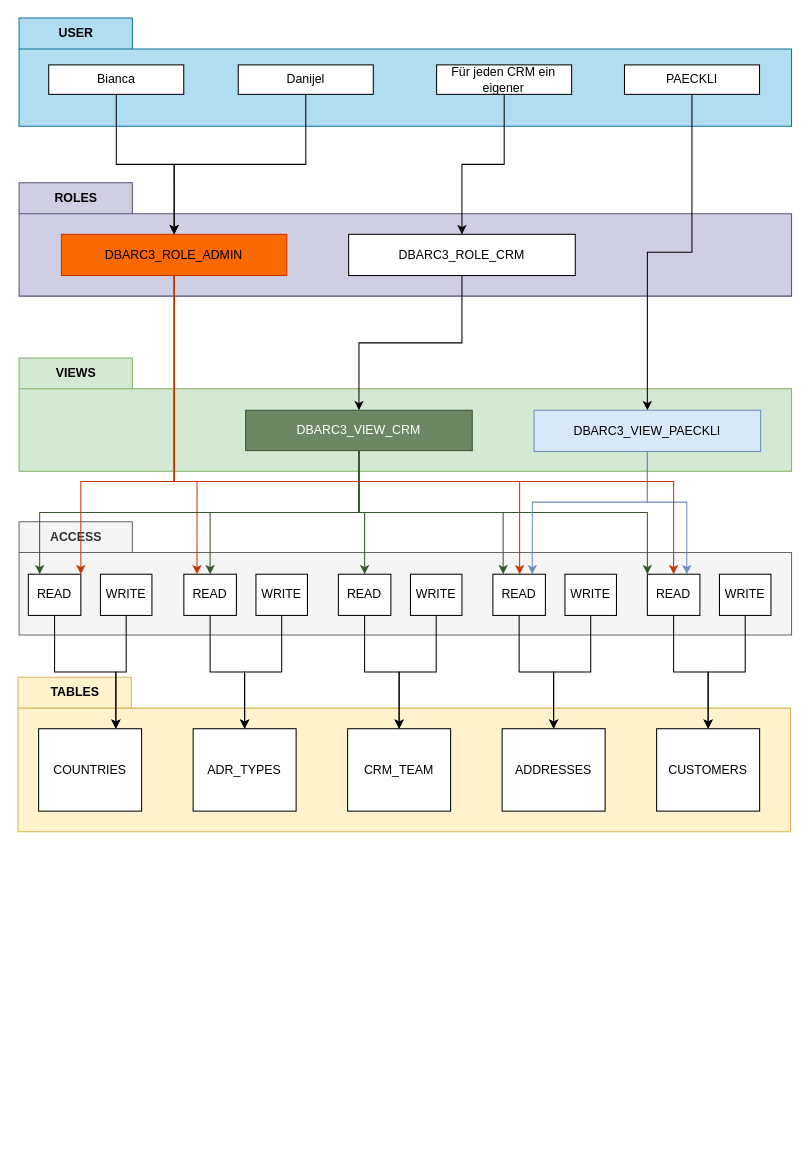
Earlier version of the draw.io diagram woche4/lab4.drawio (BibiChr/FHNW_dbarc). Source tidied: cells renumbered, new cells numbered last; positions are measured from the earlier drawing's top-left corner, leaving out a move shared by most shapes. Both pictures are drawn from the tidied source at 103%, with x=0, y=0 at pixel (18, 18).
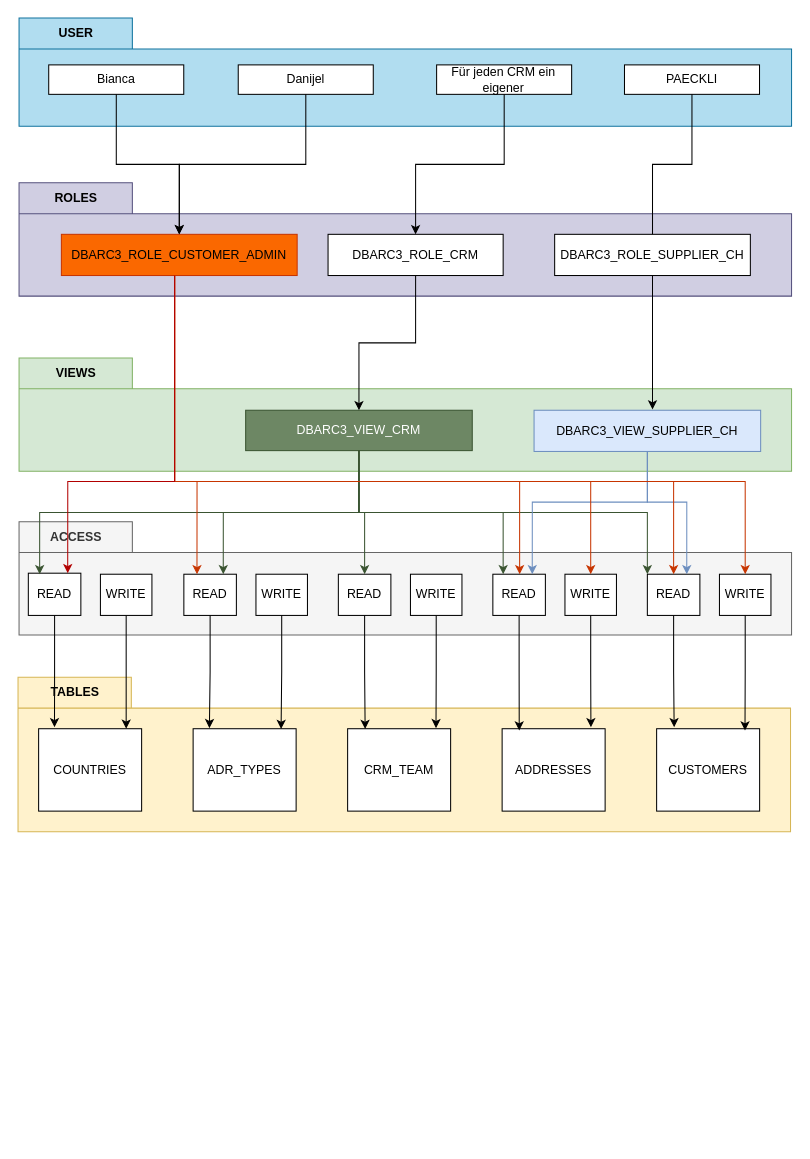
After the change.

Unchanged cells that the change refers to:
```xml
<mxCell id="7" value="PAECKLI" style="rounded=0;whiteSpace=wrap;html=1;" parent="2" vertex="1">
  <mxGeometry x="587.8" y="45.5" width="131.1" height="28.6" as="geometry" />
</mxCell>
<mxCell id="8" value="VIEWS" style="shape=folder;fontStyle=1;tabWidth=110;tabHeight=30;tabPosition=left;html=1;boundedLbl=1;labelInHeader=1;fillColor=#d5e8d4;strokeColor=#82b366;" parent="1" vertex="1">
  <mxGeometry x="1" y="330" width="750" height="110" as="geometry" />
</mxCell>
<mxCell id="11" value="DBARC3_VIEW_CRM" style="rounded=0;whiteSpace=wrap;html=1;fillColor=#6d8764;fontColor=#ffffff;strokeColor=#3A5431;" parent="8" vertex="1">
  <mxGeometry x="220" y="50.8" width="220" height="39.2" as="geometry" />
</mxCell>
<mxCell id="12" value="ROLES" style="shape=folder;fontStyle=1;tabWidth=110;tabHeight=30;tabPosition=left;html=1;boundedLbl=1;labelInHeader=1;fillColor=#d0cee2;strokeColor=#56517e;" parent="1" vertex="1">
  <mxGeometry x="1" y="160" width="750" height="110" as="geometry" />
</mxCell>
<mxCell id="18" value="ADDRESSES" style="rounded=0;whiteSpace=wrap;html=1;" parent="16" vertex="1">
  <mxGeometry x="470" y="50" width="100" height="80" as="geometry" />
</mxCell>
<mxCell id="19" value="CUSTOMERS" style="rounded=0;whiteSpace=wrap;html=1;" parent="16" vertex="1">
  <mxGeometry x="620" y="50" width="100" height="80" as="geometry" />
</mxCell>
<mxCell id="20" value="ADR_TYPES" style="rounded=0;whiteSpace=wrap;html=1;" parent="16" vertex="1">
  <mxGeometry x="170" y="50" width="100" height="80" as="geometry" />
</mxCell>
<mxCell id="21" value="COUNTRIES" style="rounded=0;whiteSpace=wrap;html=1;" parent="16" vertex="1">
  <mxGeometry x="20" y="50" width="100" height="80" as="geometry" />
</mxCell>
<mxCell id="22" value="CRM_TEAM" style="rounded=0;whiteSpace=wrap;html=1;" parent="16" vertex="1">
  <mxGeometry x="320" y="50" width="100" height="80" as="geometry" />
</mxCell>
<mxCell id="23" value="ACCESS" style="shape=folder;fontStyle=1;tabWidth=110;tabHeight=30;tabPosition=left;html=1;boundedLbl=1;labelInHeader=1;fillColor=#f5f5f5;strokeColor=#666666;fontColor=#333333;" parent="1" vertex="1">
  <mxGeometry x="1" y="489" width="750" height="110" as="geometry" />
</mxCell>
<mxCell id="26" value="WRITE" style="rounded=0;whiteSpace=wrap;html=1;" parent="23" vertex="1">
  <mxGeometry x="79" y="51" width="50" height="40" as="geometry" />
</mxCell>
<mxCell id="27" value="READ" style="rounded=0;whiteSpace=wrap;html=1;" parent="23" vertex="1">
  <mxGeometry x="160" y="51" width="51" height="40" as="geometry" />
</mxCell>
<mxCell id="28" value="WRITE" style="rounded=0;whiteSpace=wrap;html=1;" parent="23" vertex="1">
  <mxGeometry x="230" y="51" width="50" height="40" as="geometry" />
</mxCell>
<mxCell id="29" value="READ" style="rounded=0;whiteSpace=wrap;html=1;" parent="23" vertex="1">
  <mxGeometry x="310" y="51" width="51" height="40" as="geometry" />
</mxCell>
<mxCell id="30" value="WRITE" style="rounded=0;whiteSpace=wrap;html=1;" parent="23" vertex="1">
  <mxGeometry x="380" y="51" width="50" height="40" as="geometry" />
</mxCell>
<mxCell id="31" value="READ" style="rounded=0;whiteSpace=wrap;html=1;" parent="23" vertex="1">
  <mxGeometry x="460" y="51" width="51" height="40" as="geometry" />
</mxCell>
<mxCell id="32" value="WRITE" style="rounded=0;whiteSpace=wrap;html=1;" parent="23" vertex="1">
  <mxGeometry x="530" y="51" width="50" height="40" as="geometry" />
</mxCell>
<mxCell id="33" value="READ" style="rounded=0;whiteSpace=wrap;html=1;" parent="23" vertex="1">
  <mxGeometry x="610" y="51" width="51" height="40" as="geometry" />
</mxCell>
<mxCell id="34" value="WRITE" style="rounded=0;whiteSpace=wrap;html=1;" parent="23" vertex="1">
  <mxGeometry x="680" y="51" width="50" height="40" as="geometry" />
</mxCell>
```

The edit, as a diff of the source:
```diff
@@
-    <mxCell id="10" value="DBARC3_VIEW_PAECKLI" style="rounded=0;whiteSpace=wrap;html=1;fillColor=#dae8fc;strokeColor=#6c8ebf;" parent="8" vertex="1">
+    <mxCell id="10" value="DBARC3_VIEW_SUPPLIER_CH" style="rounded=0;whiteSpace=wrap;html=1;fillColor=#dae8fc;strokeColor=#6c8ebf;" parent="8" vertex="1">
       <mxGeometry x="500" y="50.8" width="220" height="40" as="geometry" />
     </mxCell>
@@
     <mxCell id="14" value="DBARC3_ROLE_CRM" style="rounded=0;whiteSpace=wrap;html=1;" parent="12" vertex="1">
-      <mxGeometry x="320" y="50" width="220" height="40" as="geometry" />
+      <mxGeometry x="300" y="50" width="170" height="40" as="geometry" />
     </mxCell>
-    <mxCell id="15" value="DBARC3_ROLE_ADMIN" style="rounded=0;whiteSpace=wrap;html=1;fillColor=#fa6800;fontColor=#000000;strokeColor=#C73500;" parent="12" vertex="1">
-      <mxGeometry x="41.1" y="50" width="218.9" height="40" as="geometry" />
+    <mxCell id="15" value="DBARC3_ROLE_CUSTOMER_ADMIN" style="rounded=0;whiteSpace=wrap;html=1;fillColor=#fa6800;fontColor=#000000;strokeColor=#C73500;" parent="12" vertex="1">
+      <mxGeometry x="41.1" y="50" width="228.9" height="40" as="geometry" />
     </mxCell>
+    <mxCell id="61" value="DBARC3_ROLE_SUPPLIER_CH" style="rounded=0;whiteSpace=wrap;html=1;" parent="12" vertex="1">
+      <mxGeometry x="520" y="50" width="190" height="40" as="geometry" />
+    </mxCell>
@@
     <mxCell id="25" value="READ" style="rounded=0;whiteSpace=wrap;html=1;" parent="23" vertex="1">
-      <mxGeometry x="9" y="51" width="51" height="40" as="geometry" />
+      <mxGeometry x="9" y="50" width="51" height="41" as="geometry" />
     </mxCell>
@@
-    <mxCell id="35" style="edgeStyle=orthogonalEdgeStyle;rounded=0;jettySize=auto;html=1;entryX=0.75;entryY=0;entryDx=0;entryDy=0;" parent="1" edge="1" source="25" target="21">
+    <mxCell id="35" style="edgeStyle=orthogonalEdgeStyle;rounded=0;jettySize=auto;html=1;entryX=0.154;entryY=-0.018;entryDx=0;entryDy=0;entryPerimeter=0;" parent="1" edge="1" source="25" target="21">
       <mxGeometry relative="1" as="geometry" />
     </mxCell>
-    <mxCell id="36" style="edgeStyle=orthogonalEdgeStyle;rounded=0;jettySize=auto;html=1;entryX=0.75;entryY=0;entryDx=0;entryDy=0;" parent="1" edge="1" source="26" target="21">
-      <mxGeometry relative="1" as="geometry" />
+    <mxCell id="36" style="edgeStyle=orthogonalEdgeStyle;rounded=0;jettySize=auto;html=1;" parent="1" edge="1" source="26">
+      <mxGeometry relative="1" as="geometry">
+        <mxPoint x="105" y="690" as="targetPoint" />
+      </mxGeometry>
     </mxCell>
-    <mxCell id="37" style="edgeStyle=orthogonalEdgeStyle;rounded=0;jettySize=auto;html=1;entryX=0.5;entryY=0;entryDx=0;entryDy=0;" parent="1" edge="1" source="27" target="20">
+    <mxCell id="37" style="edgeStyle=orthogonalEdgeStyle;rounded=0;jettySize=auto;html=1;entryX=0.158;entryY=-0.007;entryDx=0;entryDy=0;entryPerimeter=0;" parent="1" edge="1" source="27" target="20">
       <mxGeometry relative="1" as="geometry" />
     </mxCell>
-    <mxCell id="38" style="edgeStyle=orthogonalEdgeStyle;rounded=0;jettySize=auto;html=1;entryX=0.5;entryY=0;entryDx=0;entryDy=0;" parent="1" edge="1" source="28" target="20">
+    <mxCell id="38" style="edgeStyle=orthogonalEdgeStyle;rounded=0;jettySize=auto;html=1;entryX=0.854;entryY=0.003;entryDx=0;entryDy=0;entryPerimeter=0;" parent="1" edge="1" source="28" target="20">
       <mxGeometry relative="1" as="geometry" />
     </mxCell>
-    <mxCell id="39" style="edgeStyle=orthogonalEdgeStyle;rounded=0;jettySize=auto;html=1;entryX=0.5;entryY=0;entryDx=0;entryDy=0;" parent="1" edge="1" source="29" target="22">
+    <mxCell id="39" style="edgeStyle=orthogonalEdgeStyle;rounded=0;jettySize=auto;html=1;entryX=0.17;entryY=0.003;entryDx=0;entryDy=0;entryPerimeter=0;" parent="1" edge="1" source="29" target="22">
       <mxGeometry relative="1" as="geometry" />
     </mxCell>
-    <mxCell id="40" style="edgeStyle=orthogonalEdgeStyle;rounded=0;jettySize=auto;html=1;entryX=0.5;entryY=0;entryDx=0;entryDy=0;" parent="1" edge="1" source="30" target="22">
+    <mxCell id="40" style="edgeStyle=orthogonalEdgeStyle;rounded=0;jettySize=auto;html=1;entryX=0.858;entryY=-0.007;entryDx=0;entryDy=0;entryPerimeter=0;" parent="1" edge="1" source="30" target="22">
       <mxGeometry relative="1" as="geometry" />
     </mxCell>
-    <mxCell id="41" style="edgeStyle=orthogonalEdgeStyle;rounded=0;jettySize=auto;html=1;entryX=0.5;entryY=0;entryDx=0;entryDy=0;" parent="1" edge="1" source="31" target="18">
+    <mxCell id="41" style="edgeStyle=orthogonalEdgeStyle;rounded=0;jettySize=auto;html=1;entryX=0.166;entryY=0.022;entryDx=0;entryDy=0;entryPerimeter=0;" parent="1" edge="1" source="31" target="18">
       <mxGeometry relative="1" as="geometry" />
     </mxCell>
-    <mxCell id="42" style="edgeStyle=orthogonalEdgeStyle;rounded=0;jettySize=auto;html=1;entryX=0.5;entryY=0;entryDx=0;entryDy=0;" parent="1" edge="1" source="32" target="18">
+    <mxCell id="42" style="edgeStyle=orthogonalEdgeStyle;rounded=0;jettySize=auto;html=1;entryX=0.862;entryY=-0.018;entryDx=0;entryDy=0;entryPerimeter=0;" parent="1" edge="1" source="32" target="18">
       <mxGeometry relative="1" as="geometry" />
     </mxCell>
-    <mxCell id="43" style="edgeStyle=orthogonalEdgeStyle;rounded=0;jettySize=auto;html=1;entryX=0.5;entryY=0;entryDx=0;entryDy=0;" parent="1" edge="1" source="33" target="19">
+    <mxCell id="43" style="edgeStyle=orthogonalEdgeStyle;rounded=0;jettySize=auto;html=1;entryX=0.17;entryY=-0.018;entryDx=0;entryDy=0;entryPerimeter=0;" parent="1" edge="1" source="33" target="19">
       <mxGeometry relative="1" as="geometry" />
     </mxCell>
-    <mxCell id="44" style="edgeStyle=orthogonalEdgeStyle;rounded=0;jettySize=auto;html=1;entryX=0.5;entryY=0;entryDx=0;entryDy=0;" parent="1" edge="1" source="34" target="19">
+    <mxCell id="44" style="edgeStyle=orthogonalEdgeStyle;rounded=0;jettySize=auto;html=1;entryX=0.858;entryY=0.022;entryDx=0;entryDy=0;entryPerimeter=0;" parent="1" edge="1" source="34" target="19">
       <mxGeometry relative="1" as="geometry" />
     </mxCell>
@@
-    <mxCell id="47" style="edgeStyle=orthogonalEdgeStyle;rounded=0;jettySize=auto;html=1;entryX=0.5;entryY=0;entryDx=0;entryDy=0;fillColor=#6d8764;strokeColor=#3A5431;" parent="1" edge="1" source="11" target="27">
+    <mxCell id="47" style="edgeStyle=orthogonalEdgeStyle;rounded=0;jettySize=auto;html=1;entryX=0.75;entryY=0;entryDx=0;entryDy=0;fillColor=#6d8764;strokeColor=#3A5431;" parent="1" edge="1" source="11" target="27">
       <mxGeometry relative="1" as="geometry">
         <Array as="points">
           <mxPoint x="331" y="480" />
-          <mxPoint x="187" y="480" />
+          <mxPoint x="199" y="480" />
         </Array>
       </mxGeometry>
     </mxCell>
@@
-    <mxCell id="53" style="edgeStyle=orthogonalEdgeStyle;rounded=0;jettySize=auto;html=1;entryX=0.5;entryY=0;entryDx=0;entryDy=0;" parent="1" edge="1" source="7" target="10">
-      <mxGeometry relative="1" as="geometry" />
+    <mxCell id="53" style="edgeStyle=orthogonalEdgeStyle;rounded=0;jettySize=auto;html=1;startArrow=none;" parent="1" edge="1" source="61">
+      <mxGeometry relative="1" as="geometry">
+        <mxPoint x="616" y="380" as="targetPoint" />
+      </mxGeometry>
     </mxCell>
@@
-    <mxCell id="57" style="edgeStyle=orthogonalEdgeStyle;rounded=0;jettySize=auto;html=1;entryX=1;entryY=0;entryDx=0;entryDy=0;fillColor=#fa6800;strokeColor=#C73500;" parent="1" edge="1" source="15" target="25">
-      <mxGeometry relative="1" as="geometry">
-        <Array as="points">
-          <mxPoint x="152" y="450" />
-          <mxPoint x="61" y="450" />
-        </Array>
-      </mxGeometry>
-    </mxCell>
@@
+    <mxCell id="62" style="edgeStyle=orthogonalEdgeStyle;rounded=0;jettySize=auto;html=1;entryX=0.5;entryY=0;entryDx=0;entryDy=0;fillColor=#fa6800;strokeColor=#C73500;" parent="1" edge="1" source="15" target="32">
+      <mxGeometry relative="1" as="geometry">
+        <Array as="points">
+          <mxPoint x="152" y="450" />
+          <mxPoint x="556" y="450" />
+        </Array>
+      </mxGeometry>
+    </mxCell>
+    <mxCell id="63" style="edgeStyle=orthogonalEdgeStyle;rounded=0;jettySize=auto;html=1;fillColor=#fa6800;strokeColor=#C73500;" parent="1" edge="1" source="15" target="34">
+      <mxGeometry relative="1" as="geometry">
+        <Array as="points">
+          <mxPoint x="152" y="450" />
+          <mxPoint x="706" y="450" />
+        </Array>
+      </mxGeometry>
+    </mxCell>
+    <mxCell id="64" style="edgeStyle=orthogonalEdgeStyle;rounded=0;jettySize=auto;html=1;entryX=0.5;entryY=0;entryDx=0;entryDy=0;endArrow=none;" parent="1" edge="1" source="7" target="61">
+      <mxGeometry relative="1" as="geometry" />
+    </mxCell>
+    <mxCell id="57" style="edgeStyle=orthogonalEdgeStyle;rounded=0;jettySize=auto;html=1;entryX=0.75;entryY=0;entryDx=0;entryDy=0;fillColor=#e51400;strokeColor=#B20000;" parent="1" edge="1" source="15" target="25">
+      <mxGeometry relative="1" as="geometry">
+        <Array as="points">
+          <mxPoint x="152" y="450" />
+          <mxPoint x="48" y="450" />
+        </Array>
+      </mxGeometry>
+    </mxCell>
```
